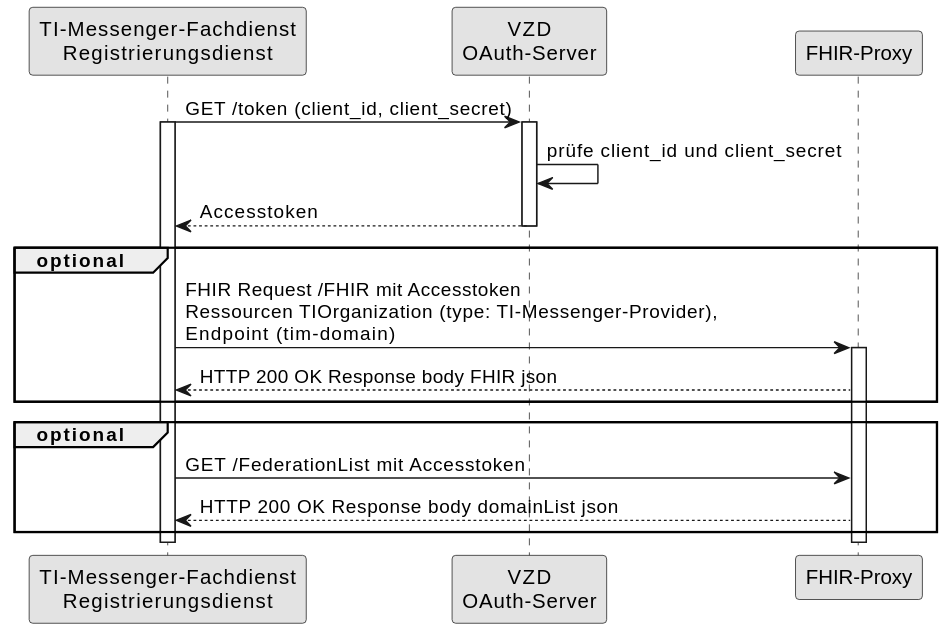
This is images/diagrams/SequenceDiagram.FHIR-Directory.tim_provider_services.svg from gematik/api-vzd, a PlantUML export, as it was before one commit.
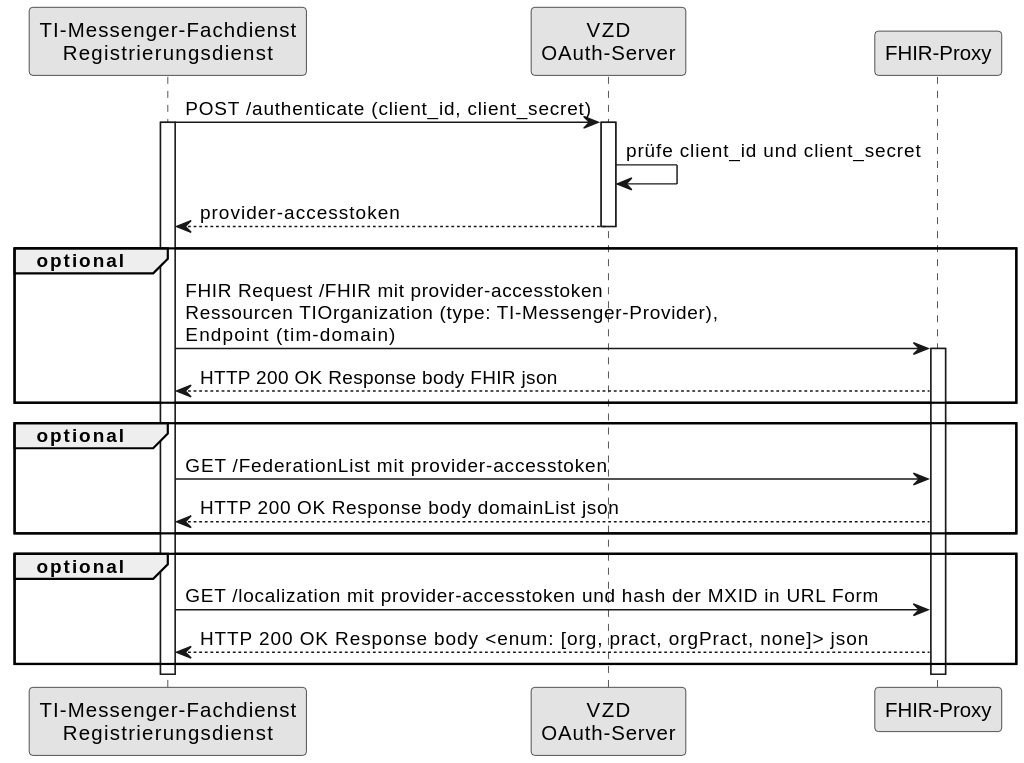
Later version of the same file.

Commit message:
Commit from GitHub Actions (GeneratePlantumlImages)

Change to the diagram source:
```diff
@@ -1,4 +1,4 @@
-@startuml
+@startuml I_VZD_TIM_Provider_Services
 skinparam dpi 100
 skinparam WrapWidth 200
 skinparam monochrome true
@@ -7,20 +7,24 @@
 participant oa as "VZD\nOAuth-Server"
 participant fp as "FHIR-Proxy"
 
-rd -> oa: GET /token (client_id, client_secret)
+rd -> oa: POST /authenticate (client_id, client_secret)
 activate rd
 activate oa
 oa -> oa: prüfe client_id und client_secret
-oa --> rd: Accesstoken
+oa --> rd: provider-accesstoken
 deactivate oa
 group optional
-rd -> fp: FHIR Request /FHIR mit Accesstoken\nRessourcen TIOrganization (type: TI-Messenger-Provider),\nEndpoint (tim-domain)
+rd -> fp: FHIR Request /FHIR mit provider-accesstoken\nRessourcen TIOrganization (type: TI-Messenger-Provider),\nEndpoint (tim-domain)
 activate fp
 fp --> rd: HTTP 200 OK Response body FHIR json
 end
 group optional
-rd -> fp: GET /FederationList mit Accesstoken
+rd -> fp: GET /FederationList mit provider-accesstoken
 fp --> rd: HTTP 200 OK Response body domainList json
+end
+group optional
+rd -> fp: GET /localization mit provider-accesstoken und hash der MXID in URL Form
+fp --> rd: HTTP 200 OK Response body <enum: [org, pract, orgPract, none]> json
 end
 
 deactivate fp
```
